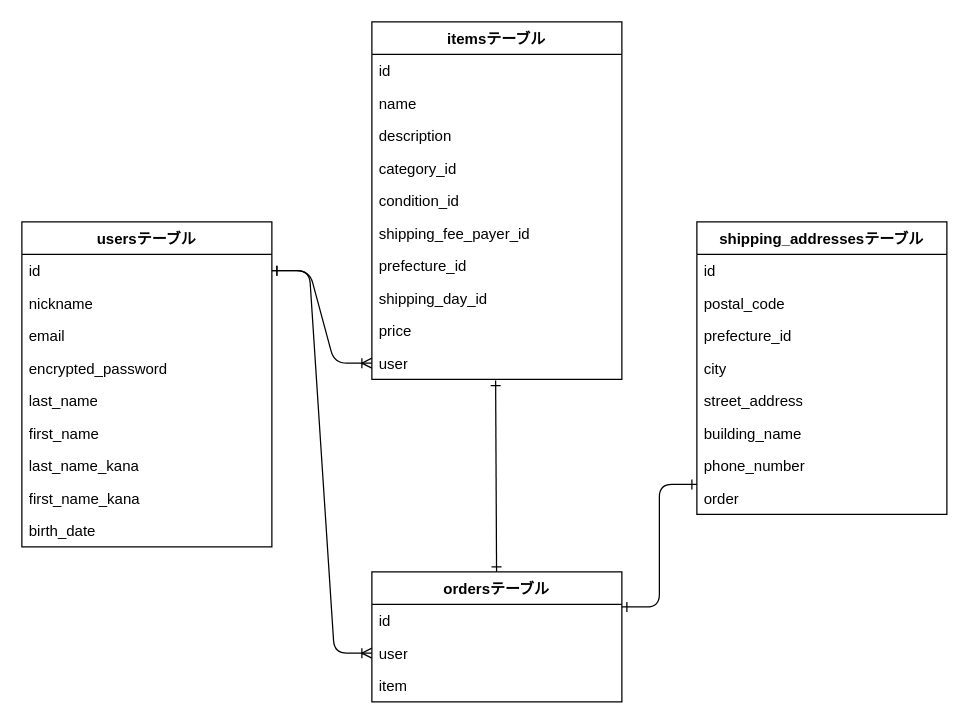
The draw.io diagram test.dio in acquauverworld0206/furima-46488, before the edit. Source tidied: cells renumbered, new cells numbered last; positions are measured from the earlier drawing's top-left corner, leaving out a move shared by most shapes. Both pictures are drawn from the tidied source at 125%, with x=0, y=0 at pixel (21, 21).
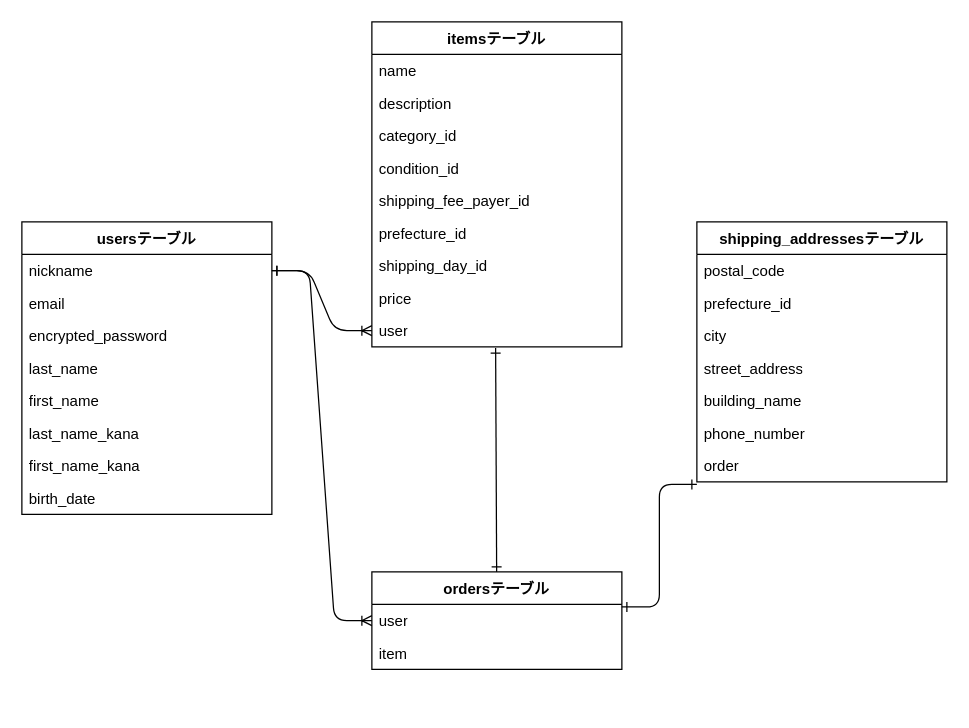
The same page after the edit.

Commit message (it also covers changes not shown here):
データベース設計5

The edit, as a diff of the source:
```diff
@@
     <mxCell id="2" value="usersテーブル" style="swimlane;fontStyle=1;align=center;verticalAlign=top;horizontal=1;startSize=26;whiteSpace=wrap;html=1;" parent="1" vertex="1">
-      <mxGeometry y="160" width="200" height="260" as="geometry" />
+      <mxGeometry y="160" width="200" height="234" as="geometry" />
     </mxCell>
-    <mxCell id="3" value="id&amp;nbsp;" style="text;strokeColor=none;fillColor=none;align=left;verticalAlign=top;spacingLeft=4;spacingRight=4;overflow=hidden;points=[[0,0.5],[1,0.5]];portConstraint=eastwest;whiteSpace=wrap;html=1;" parent="2" vertex="1">
-      <mxGeometry y="26" width="200" height="26" as="geometry" />
-    </mxCell>
     <mxCell id="4" value="nickname" style="text;strokeColor=none;fillColor=none;align=left;verticalAlign=top;spacingLeft=4;spacingRight=4;overflow=hidden;whiteSpace=wrap;html=1;" parent="2" vertex="1">
-      <mxGeometry y="52" width="200" height="26" as="geometry" />
+      <mxGeometry y="26" width="200" height="26" as="geometry" />
     </mxCell>
     <mxCell id="5" value="email" style="text;strokeColor=none;fillColor=none;align=left;verticalAlign=top;spacingLeft=4;spacingRight=4;overflow=hidden;whiteSpace=wrap;html=1;" parent="2" vertex="1">
-      <mxGeometry y="78" width="200" height="26" as="geometry" />
+      <mxGeometry y="52" width="200" height="26" as="geometry" />
     </mxCell>
     <mxCell id="6" value="encrypted_password" style="text;strokeColor=none;fillColor=none;align=left;verticalAlign=top;spacingLeft=4;spacingRight=4;overflow=hidden;whiteSpace=wrap;html=1;" parent="2" vertex="1">
-      <mxGeometry y="104" width="200" height="26" as="geometry" />
+      <mxGeometry y="78" width="200" height="26" as="geometry" />
     </mxCell>
     <mxCell id="7" value="last_name" style="text;strokeColor=none;fillColor=none;align=left;verticalAlign=top;spacingLeft=4;spacingRight=4;overflow=hidden;whiteSpace=wrap;html=1;" parent="2" vertex="1">
-      <mxGeometry y="130" width="200" height="26" as="geometry" />
+      <mxGeometry y="104" width="200" height="26" as="geometry" />
     </mxCell>
     <mxCell id="8" value="first_name" style="text;strokeColor=none;fillColor=none;align=left;verticalAlign=top;spacingLeft=4;spacingRight=4;overflow=hidden;whiteSpace=wrap;html=1;" parent="2" vertex="1">
-      <mxGeometry y="156" width="200" height="26" as="geometry" />
+      <mxGeometry y="130" width="200" height="26" as="geometry" />
     </mxCell>
     <mxCell id="9" value="last_name_kana" style="text;strokeColor=none;fillColor=none;align=left;verticalAlign=top;spacingLeft=4;spacingRight=4;overflow=hidden;whiteSpace=wrap;html=1;" parent="2" vertex="1">
-      <mxGeometry y="182" width="200" height="26" as="geometry" />
+      <mxGeometry y="156" width="200" height="26" as="geometry" />
     </mxCell>
     <mxCell id="10" value="first_name_kana" style="text;strokeColor=none;fillColor=none;align=left;verticalAlign=top;spacingLeft=4;spacingRight=4;overflow=hidden;whiteSpace=wrap;html=1;" parent="2" vertex="1">
-      <mxGeometry y="208" width="200" height="26" as="geometry" />
+      <mxGeometry y="182" width="200" height="26" as="geometry" />
     </mxCell>
     <mxCell id="11" value="birth_date" style="text;strokeColor=none;fillColor=none;align=left;verticalAlign=top;spacingLeft=4;spacingRight=4;overflow=hidden;whiteSpace=wrap;html=1;" parent="2" vertex="1">
-      <mxGeometry y="234" width="200" height="26" as="geometry" />
+      <mxGeometry y="208" width="200" height="26" as="geometry" />
     </mxCell>
     <mxCell id="12" value="itemsテーブル" style="swimlane;fontStyle=1;align=center;verticalAlign=top;horizontal=1;startSize=26;whiteSpace=wrap;html=1;" parent="1" vertex="1">
-      <mxGeometry x="280" width="200" height="286" as="geometry" />
+      <mxGeometry x="280" width="200" height="260" as="geometry" />
     </mxCell>
-    <mxCell id="13" value="id&amp;nbsp;" style="text;strokeColor=none;fillColor=none;align=left;verticalAlign=top;spacingLeft=4;spacingRight=4;overflow=hidden;whiteSpace=wrap;html=1;" parent="12" vertex="1">
-      <mxGeometry y="26" width="200" height="26" as="geometry" />
-    </mxCell>
     <mxCell id="14" value="name" style="text;strokeColor=none;fillColor=none;align=left;verticalAlign=top;spacingLeft=4;spacingRight=4;overflow=hidden;whiteSpace=wrap;html=1;" parent="12" vertex="1">
-      <mxGeometry y="52" width="200" height="26" as="geometry" />
+      <mxGeometry y="26" width="200" height="26" as="geometry" />
     </mxCell>
     <mxCell id="15" value="description" style="text;strokeColor=none;fillColor=none;align=left;verticalAlign=top;spacingLeft=4;spacingRight=4;overflow=hidden;whiteSpace=wrap;html=1;" parent="12" vertex="1">
-      <mxGeometry y="78" width="200" height="26" as="geometry" />
+      <mxGeometry y="52" width="200" height="26" as="geometry" />
     </mxCell>
     <mxCell id="16" value="category_id" style="text;strokeColor=none;fillColor=none;align=left;verticalAlign=top;spacingLeft=4;spacingRight=4;overflow=hidden;whiteSpace=wrap;html=1;" parent="12" vertex="1">
-      <mxGeometry y="104" width="200" height="26" as="geometry" />
+      <mxGeometry y="78" width="200" height="26" as="geometry" />
     </mxCell>
     <mxCell id="17" value="condition_id" style="text;strokeColor=none;fillColor=none;align=left;verticalAlign=top;spacingLeft=4;spacingRight=4;overflow=hidden;whiteSpace=wrap;html=1;" parent="12" vertex="1">
-      <mxGeometry y="130" width="200" height="26" as="geometry" />
+      <mxGeometry y="104" width="200" height="26" as="geometry" />
     </mxCell>
     <mxCell id="18" value="shipping_fee_payer_id" style="text;strokeColor=none;fillColor=none;align=left;verticalAlign=top;spacingLeft=4;spacingRight=4;overflow=hidden;whiteSpace=wrap;html=1;" parent="12" vertex="1">
-      <mxGeometry y="156" width="200" height="26" as="geometry" />
+      <mxGeometry y="130" width="200" height="26" as="geometry" />
     </mxCell>
     <mxCell id="19" value="prefecture_id" style="text;strokeColor=none;fillColor=none;align=left;verticalAlign=top;spacingLeft=4;spacingRight=4;overflow=hidden;whiteSpace=wrap;html=1;" parent="12" vertex="1">
-      <mxGeometry y="182" width="200" height="26" as="geometry" />
+      <mxGeometry y="156" width="200" height="26" as="geometry" />
     </mxCell>
     <mxCell id="20" value="shipping_day_id" style="text;strokeColor=none;fillColor=none;align=left;verticalAlign=top;spacingLeft=4;spacingRight=4;overflow=hidden;whiteSpace=wrap;html=1;" parent="12" vertex="1">
-      <mxGeometry y="208" width="200" height="26" as="geometry" />
+      <mxGeometry y="182" width="200" height="26" as="geometry" />
     </mxCell>
     <mxCell id="21" value="price" style="text;strokeColor=none;fillColor=none;align=left;verticalAlign=top;spacingLeft=4;spacingRight=4;overflow=hidden;whiteSpace=wrap;html=1;" parent="12" vertex="1">
-      <mxGeometry y="234" width="200" height="26" as="geometry" />
+      <mxGeometry y="208" width="200" height="26" as="geometry" />
     </mxCell>
     <mxCell id="22" value="user" style="text;strokeColor=none;fillColor=none;align=left;verticalAlign=top;spacingLeft=4;spacingRight=4;overflow=hidden;points=[[0,0.5],[1,0.5]];portConstraint=eastwest;whiteSpace=wrap;html=1;" parent="12" vertex="1">
-      <mxGeometry y="260" width="200" height="26" as="geometry" />
+      <mxGeometry y="234" width="200" height="26" as="geometry" />
     </mxCell>
     <mxCell id="23" value="ordersテーブル" style="swimlane;fontStyle=1;align=center;verticalAlign=top;horizontal=1;startSize=26;whiteSpace=wrap;html=1;" parent="1" vertex="1">
-      <mxGeometry x="280" y="440" width="200" height="104" as="geometry" />
+      <mxGeometry x="280" y="440" width="200" height="78" as="geometry" />
     </mxCell>
-    <mxCell id="24" value="id&amp;nbsp;" style="text;strokeColor=none;fillColor=none;align=left;verticalAlign=top;spacingLeft=4;spacingRight=4;overflow=hidden;whiteSpace=wrap;html=1;" parent="23" vertex="1">
-      <mxGeometry y="26" width="200" height="26" as="geometry" />
-    </mxCell>
     <mxCell id="25" value="user" style="text;strokeColor=none;fillColor=none;align=left;verticalAlign=top;spacingLeft=4;spacingRight=4;overflow=hidden;points=[[0,0.5],[1,0.5]];portConstraint=eastwest;whiteSpace=wrap;html=1;" parent="23" vertex="1">
-      <mxGeometry y="52" width="200" height="26" as="geometry" />
+      <mxGeometry y="26" width="200" height="26" as="geometry" />
     </mxCell>
     <mxCell id="26" value="item" style="text;strokeColor=none;fillColor=none;align=left;verticalAlign=top;spacingLeft=4;spacingRight=4;overflow=hidden;whiteSpace=wrap;html=1;" parent="23" vertex="1">
-      <mxGeometry y="78" width="200" height="26" as="geometry" />
+      <mxGeometry y="52" width="200" height="26" as="geometry" />
     </mxCell>
     <mxCell id="27" value="shipping_addressesテーブル" style="swimlane;fontStyle=1;align=center;verticalAlign=top;horizontal=1;startSize=26;whiteSpace=wrap;html=1;" parent="1" vertex="1">
-      <mxGeometry x="540" y="160" width="200" height="234" as="geometry" />
+      <mxGeometry x="540" y="160" width="200" height="208" as="geometry" />
     </mxCell>
-    <mxCell id="28" value="id&amp;nbsp;" style="text;strokeColor=none;fillColor=none;align=left;verticalAlign=top;spacingLeft=4;spacingRight=4;overflow=hidden;whiteSpace=wrap;html=1;" parent="27" vertex="1">
-      <mxGeometry y="26" width="200" height="26" as="geometry" />
-    </mxCell>
     <mxCell id="29" value="postal_code" style="text;strokeColor=none;fillColor=none;align=left;verticalAlign=top;spacingLeft=4;spacingRight=4;overflow=hidden;whiteSpace=wrap;html=1;" parent="27" vertex="1">
-      <mxGeometry y="52" width="200" height="26" as="geometry" />
+      <mxGeometry y="26" width="200" height="26" as="geometry" />
     </mxCell>
     <mxCell id="30" value="prefecture_id" style="text;strokeColor=none;fillColor=none;align=left;verticalAlign=top;spacingLeft=4;spacingRight=4;overflow=hidden;whiteSpace=wrap;html=1;" parent="27" vertex="1">
-      <mxGeometry y="78" width="200" height="26" as="geometry" />
+      <mxGeometry y="52" width="200" height="26" as="geometry" />
     </mxCell>
     <mxCell id="31" value="city" style="text;strokeColor=none;fillColor=none;align=left;verticalAlign=top;spacingLeft=4;spacingRight=4;overflow=hidden;whiteSpace=wrap;html=1;" parent="27" vertex="1">
-      <mxGeometry y="104" width="200" height="26" as="geometry" />
+      <mxGeometry y="78" width="200" height="26" as="geometry" />
     </mxCell>
     <mxCell id="32" value="street_address" style="text;strokeColor=none;fillColor=none;align=left;verticalAlign=top;spacingLeft=4;spacingRight=4;overflow=hidden;whiteSpace=wrap;html=1;" parent="27" vertex="1">
-      <mxGeometry y="130" width="200" height="26" as="geometry" />
+      <mxGeometry y="104" width="200" height="26" as="geometry" />
     </mxCell>
     <mxCell id="33" value="building_name" style="text;strokeColor=none;fillColor=none;align=left;verticalAlign=top;spacingLeft=4;spacingRight=4;overflow=hidden;whiteSpace=wrap;html=1;" parent="27" vertex="1">
-      <mxGeometry y="156" width="200" height="26" as="geometry" />
+      <mxGeometry y="130" width="200" height="26" as="geometry" />
     </mxCell>
     <mxCell id="34" value="phone_number" style="text;strokeColor=none;fillColor=none;align=left;verticalAlign=top;spacingLeft=4;spacingRight=4;overflow=hidden;whiteSpace=wrap;html=1;" parent="27" vertex="1">
-      <mxGeometry y="182" width="200" height="26" as="geometry" />
+      <mxGeometry y="156" width="200" height="26" as="geometry" />
     </mxCell>
     <mxCell id="35" value="order" style="text;strokeColor=none;fillColor=none;align=left;verticalAlign=top;spacingLeft=4;spacingRight=4;overflow=hidden;whiteSpace=wrap;html=1;" parent="27" vertex="1">
-      <mxGeometry y="208" width="200" height="26" as="geometry" />
+      <mxGeometry y="182" width="200" height="26" as="geometry" />
     </mxCell>
-    <mxCell id="36" style="edgeStyle=entityRelationEdgeStyle;endArrow=ERoneToMany;startArrow=ERone;endFill=0;startFill=0;html=1;exitX=1;exitY=0.5;exitDx=0;exitDy=0;entryX=0;entryY=0.5;entryDx=0;entryDy=0;" parent="1" edge="1" source="3" target="22">
-      <mxGeometry relative="1" as="geometry" />
+    <mxCell id="36" style="edgeStyle=entityRelationEdgeStyle;endArrow=ERoneToMany;startArrow=ERone;endFill=0;startFill=0;html=1;exitX=1;exitY=0.5;exitDx=0;exitDy=0;entryX=0;entryY=0.5;entryDx=0;entryDy=0;" parent="1" edge="1" target="22">
+      <mxGeometry relative="1" as="geometry">
+        <mxPoint x="200" y="199" as="sourcePoint" />
+      </mxGeometry>
     </mxCell>
-    <mxCell id="37" style="edgeStyle=entityRelationEdgeStyle;endArrow=ERoneToMany;startArrow=ERone;endFill=0;startFill=0;html=1;exitX=1;exitY=0.5;exitDx=0;exitDy=0;entryX=0;entryY=0.5;entryDx=0;entryDy=0;" parent="1" edge="1" source="3" target="25">
-      <mxGeometry relative="1" as="geometry" />
+    <mxCell id="37" style="edgeStyle=entityRelationEdgeStyle;endArrow=ERoneToMany;startArrow=ERone;endFill=0;startFill=0;html=1;exitX=1;exitY=0.5;exitDx=0;exitDy=0;entryX=0;entryY=0.5;entryDx=0;entryDy=0;" parent="1" edge="1" target="25">
+      <mxGeometry relative="1" as="geometry">
+        <mxPoint x="200" y="199" as="sourcePoint" />
+      </mxGeometry>
     </mxCell>
```
